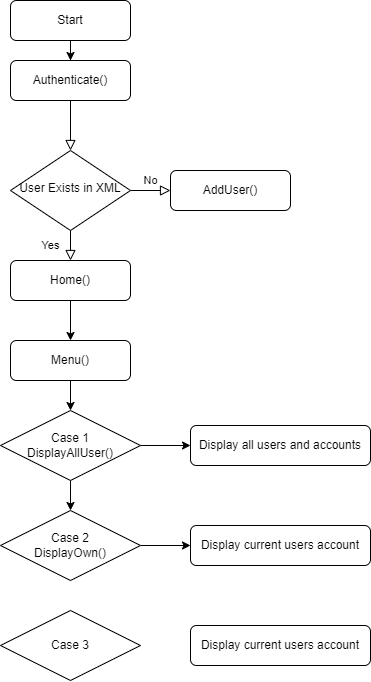
The draw.io diagram Untitled Diagram.drawio.png in snurkeburk/magisto-POC, before a commit. Source tidied: cells renumbered, new cells last; positions are measured from the earlier drawing's top-left corner, leaving out a move shared by most shapes.
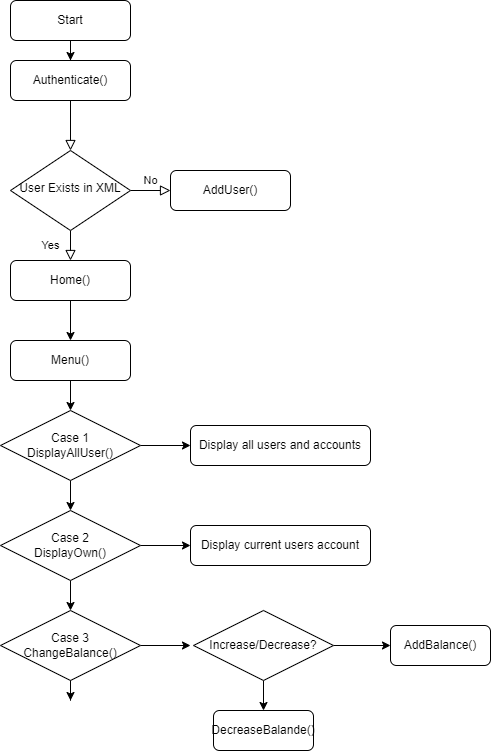
After the commit.

The edit, as a diff of the source:
```diff
@@ -70,17 +70,44 @@
     <mxCell id="21" style="edgeStyle=orthogonalEdgeStyle;rounded=0;jettySize=auto;html=1;entryX=0;entryY=0.5;entryDx=0;entryDy=0;strokeColor=#000000;" parent="1" edge="1" source="22" target="23">
       <mxGeometry relative="1" as="geometry" />
     </mxCell>
+    <mxCell id="26" style="edgeStyle=orthogonalEdgeStyle;rounded=0;jettySize=auto;html=1;strokeColor=#000000;" parent="1" edge="1" source="22" target="24">
+      <mxGeometry relative="1" as="geometry" />
+    </mxCell>
     <mxCell id="22" value="Case 2&lt;br&gt;DisplayOwn()" style="rhombus;whiteSpace=wrap;html=1;" parent="1" vertex="1">
       <mxGeometry y="510" width="140" height="70" as="geometry" />
     </mxCell>
     <mxCell id="23" value="Display current users account" style="rounded=1;whiteSpace=wrap;html=1;" parent="1" vertex="1">
       <mxGeometry x="190" y="525" width="180" height="40" as="geometry" />
     </mxCell>
+    <mxCell id="27" style="edgeStyle=orthogonalEdgeStyle;rounded=0;jettySize=auto;html=1;strokeColor=#000000;" parent="1" edge="1" source="24">
+      <mxGeometry relative="1" as="geometry">
+        <mxPoint x="70" y="700" as="targetPoint" />
+      </mxGeometry>
+    </mxCell>
+    <mxCell id="28" style="edgeStyle=orthogonalEdgeStyle;rounded=0;jettySize=auto;html=1;entryX=0;entryY=0.5;entryDx=0;entryDy=0;strokeColor=#000000;" parent="1" edge="1" source="24">
+      <mxGeometry relative="1" as="geometry">
+        <mxPoint x="190" y="645" as="targetPoint" />
+      </mxGeometry>
+    </mxCell>
-    <mxCell id="24" value="Case 3&lt;br&gt;" style="rhombus;whiteSpace=wrap;html=1;" parent="1" vertex="1">
+    <mxCell id="24" value="Case 3&lt;br&gt;ChangeBalance()" style="rhombus;whiteSpace=wrap;html=1;" parent="1" vertex="1">
       <mxGeometry y="610" width="140" height="70" as="geometry" />
     </mxCell>
-    <mxCell id="25" value="Display current users account" style="rounded=1;whiteSpace=wrap;html=1;" parent="1" vertex="1">
-      <mxGeometry x="190" y="625" width="180" height="40" as="geometry" />
-    </mxCell>
+    <mxCell id="29" style="edgeStyle=orthogonalEdgeStyle;rounded=0;jettySize=auto;html=1;strokeColor=#000000;" parent="1" edge="1" source="31">
+      <mxGeometry relative="1" as="geometry">
+        <mxPoint x="390" y="645" as="targetPoint" />
+      </mxGeometry>
+    </mxCell>
+    <mxCell id="30" style="edgeStyle=orthogonalEdgeStyle;rounded=0;jettySize=auto;html=1;strokeColor=#000000;" parent="1" edge="1" source="31" target="33">
+      <mxGeometry relative="1" as="geometry" />
+    </mxCell>
+    <mxCell id="31" value="Increase/Decrease?" style="rhombus;whiteSpace=wrap;html=1;" parent="1" vertex="1">
+      <mxGeometry x="193" y="610" width="140" height="70" as="geometry" />
+    </mxCell>
+    <mxCell id="32" value="AddBalance()" style="rounded=1;whiteSpace=wrap;html=1;" parent="1" vertex="1">
+      <mxGeometry x="390" y="625" width="100" height="40" as="geometry" />
+    </mxCell>
+    <mxCell id="33" value="DecreaseBalande()" style="rounded=1;whiteSpace=wrap;html=1;" parent="1" vertex="1">
+      <mxGeometry x="213" y="710" width="100" height="40" as="geometry" />
+    </mxCell>
   </root>
 </mxGraphModel>
```
